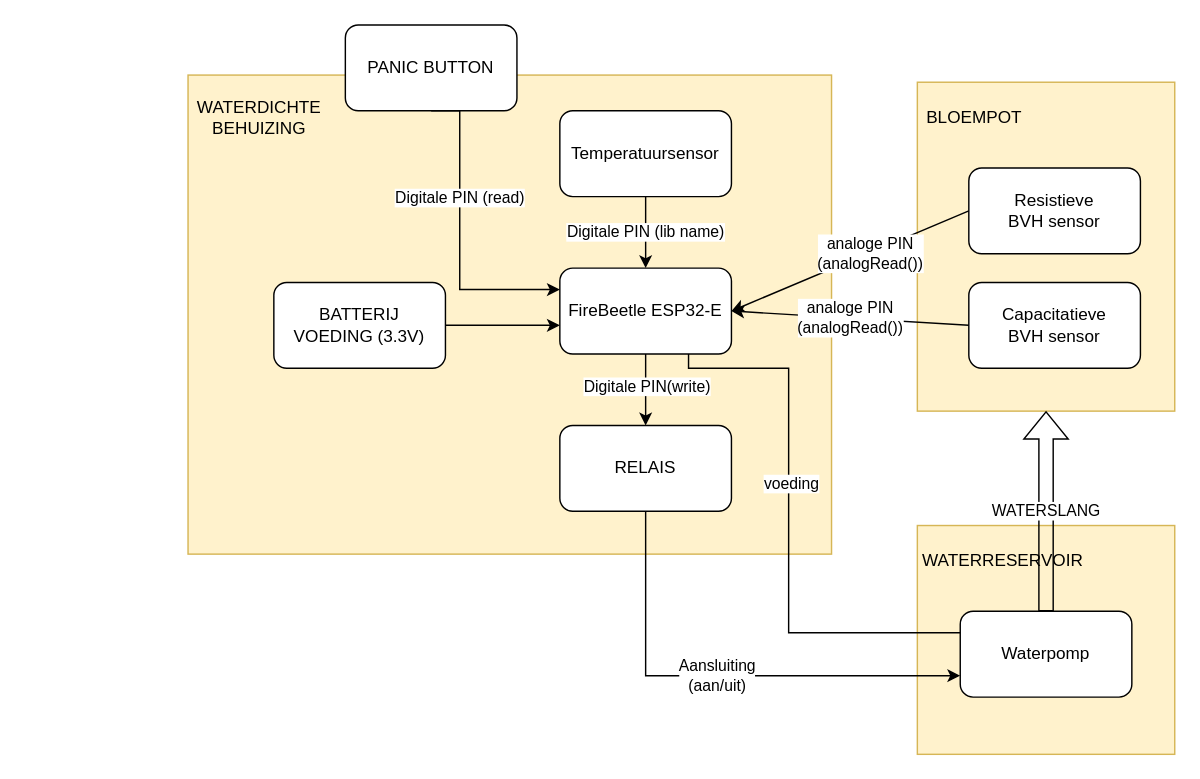
Earlier version of the draw.io diagram Plantbewateringssysteem.drawio (CruZxPog/GIP). Source tidied: cells renumbered, new cells numbered last; positions are measured from the earlier drawing's top-left corner, leaving out a move shared by most shapes. Both pictures are drawn from the tidied source at 143%, with x=0, y=0 at pixel (187, 24).
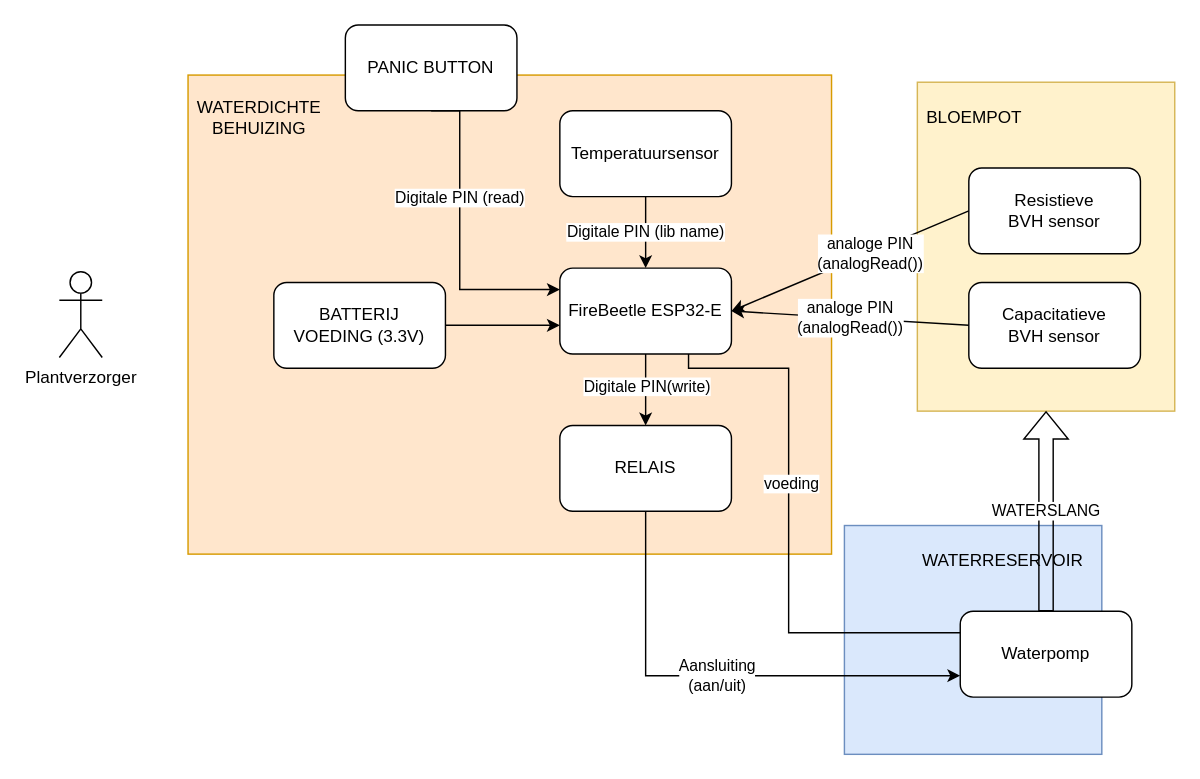
The same page after the edit.

Diff of the diagram source:
```diff
@@
-    <mxCell id="2" style="rounded=0;whiteSpace=wrap;html=1;fillColor=#fff2cc;strokeColor=#d6b656;" parent="1" vertex="1">
-      <mxGeometry x="510" y="350" width="180" height="160" as="geometry" />
+    <mxCell id="2" style="rounded=0;whiteSpace=wrap;html=1;fillColor=#dae8fc;strokeColor=#6c8ebf;" parent="1" vertex="1">
+      <mxGeometry x="459" y="350" width="180" height="160" as="geometry" />
     </mxCell>
-    <mxCell id="3" style="rounded=0;whiteSpace=wrap;html=1;fillColor=#fff2cc;strokeColor=#d6b656;" parent="1" vertex="1">
+    <mxCell id="3" style="rounded=0;whiteSpace=wrap;html=1;fillColor=#ffe6cc;strokeColor=#d79b00;" parent="1" vertex="1">
       <mxGeometry y="35" width="450" height="335" as="geometry" />
     </mxCell>
@@
+    <mxCell id="30" value="Plantverzorger" style="shape=umlActor;verticalLabelPosition=bottom;verticalAlign=top;html=1;" parent="1" vertex="1">
+      <mxGeometry x="-90" y="172.5" width="30" height="60" as="geometry" />
+    </mxCell>
```
